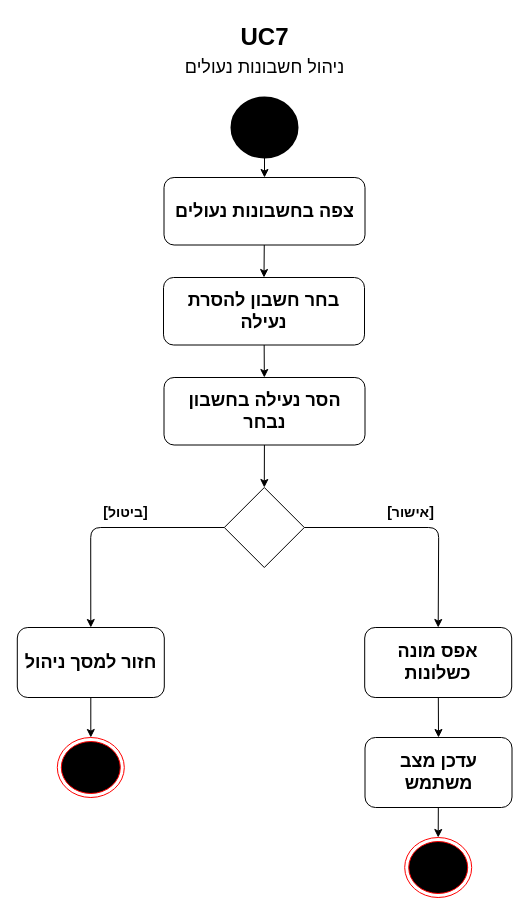
Above: docs/diagrams/IDS_AD/UC7_AD.drawio in NatiG7/simple_intrusion_handling_system (draw.io), before the change. Source tidied: cells renumbered, new cells numbered last; positions are measured from the earlier drawing's top-left corner, leaving out a move shared by most shapes. Both pictures are drawn from the tidied source at 100%, with x=0, y=0 at pixel (17, 17).
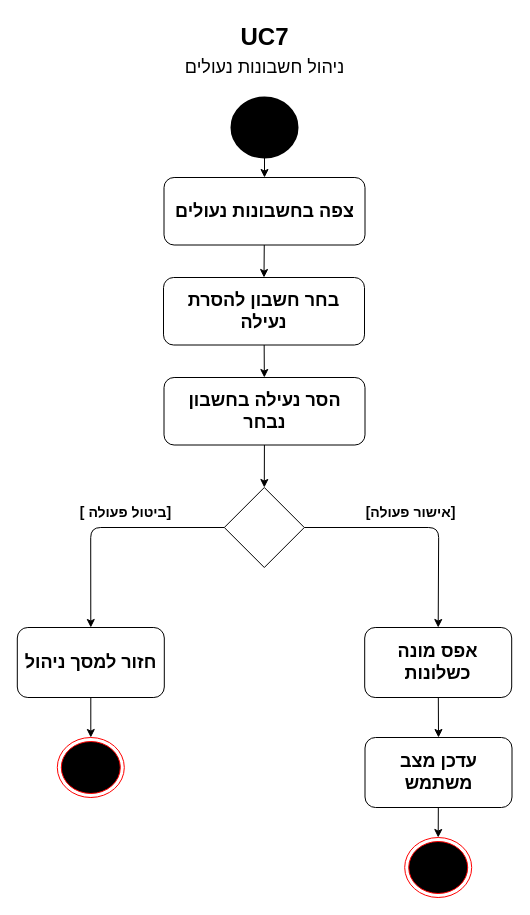
The same page after the edit.

What changed in the source:
```diff
@@
-    <mxCell id="17" value="&lt;span style=&quot;font-size: 14px;&quot;&gt;&lt;b&gt;[אישור]&lt;/b&gt;&lt;/span&gt;" style="text;html=1;align=center;verticalAlign=middle;strokeColor=none;fillColor=none;" parent="1" vertex="1">
-      <mxGeometry x="358.2" y="480" width="70" height="30" as="geometry" />
+    <mxCell id="17" value="&lt;span style=&quot;font-size: 14px;&quot;&gt;&lt;b&gt;[אישור פעולה]&lt;/b&gt;&lt;/span&gt;" style="text;html=1;align=center;verticalAlign=middle;strokeColor=none;fillColor=none;" parent="1" vertex="1">
+      <mxGeometry x="338.2" y="480" width="110" height="30" as="geometry" />
     </mxCell>
-    <mxCell id="18" value="&lt;span style=&quot;font-size: 14px;&quot;&gt;&lt;b&gt;[ביטול]&lt;/b&gt;&lt;/span&gt;" style="text;html=1;align=center;verticalAlign=middle;strokeColor=none;fillColor=none;" parent="1" vertex="1">
-      <mxGeometry x="78.2" y="480" width="60" height="30" as="geometry" />
+    <mxCell id="18" value="&lt;span style=&quot;font-size: 14px;&quot;&gt;&lt;b&gt;[ ביטול פעולה]&lt;/b&gt;&lt;/span&gt;" style="text;html=1;align=center;verticalAlign=middle;strokeColor=none;fillColor=none;" parent="1" vertex="1">
+      <mxGeometry x="53.2" y="480" width="110" height="30" as="geometry" />
     </mxCell>
```
